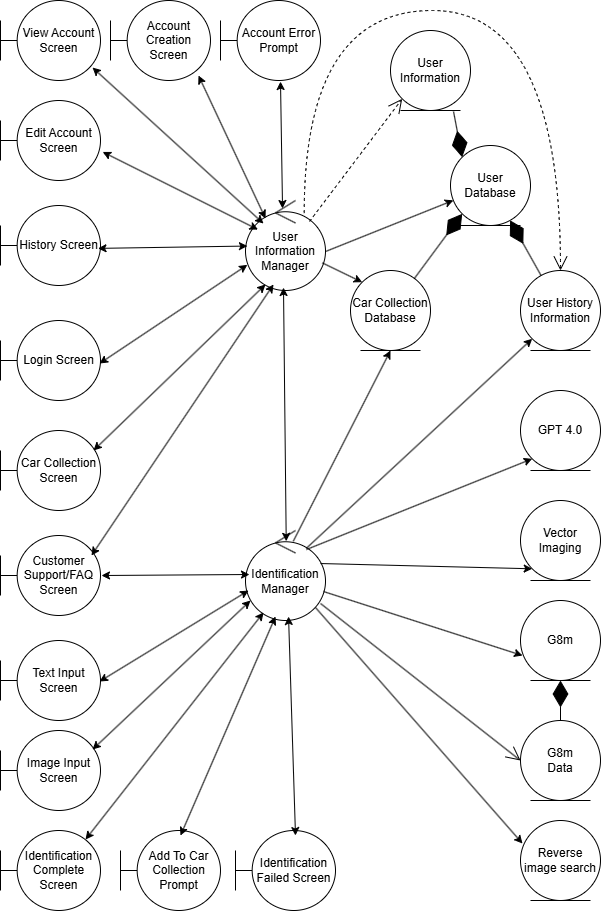
HashBukhtiar/RideRecon keeps this draw.io diagram as D2/images/AnalysisDiagram_compacted.png. Above is the earlier version. Source tidied: cells renumbered, new cells last; positions are measured from the earlier drawing's top-left corner, leaving out a move shared by most shapes. Its diagram source:
```xml
<mxGraphModel>
  <root>
    <mxCell id="0" />
    <mxCell id="1" parent="0" />
    <mxCell id="2" value="Login Screen" style="shape=umlBoundary;whiteSpace=wrap;html=1;" parent="1" vertex="1">
      <mxGeometry y="320" width="100" height="80" as="geometry" />
    </mxCell>
    <mxCell id="3" value="History Screen" style="shape=umlBoundary;whiteSpace=wrap;html=1;" parent="1" vertex="1">
      <mxGeometry y="205" width="100" height="80" as="geometry" />
    </mxCell>
    <mxCell id="4" value="Identification Manager" style="ellipse;shape=umlControl;whiteSpace=wrap;html=1;" parent="1" vertex="1">
      <mxGeometry x="245" y="530" width="80" height="90" as="geometry" />
    </mxCell>
    <mxCell id="5" value="G8m" style="ellipse;shape=umlEntity;whiteSpace=wrap;html=1;" parent="1" vertex="1">
      <mxGeometry x="520" y="600" width="80" height="80" as="geometry" />
    </mxCell>
    <mxCell id="6" value="Vector Imaging" style="ellipse;shape=umlEntity;whiteSpace=wrap;html=1;" parent="1" vertex="1">
      <mxGeometry x="520" y="500" width="80" height="80" as="geometry" />
    </mxCell>
    <mxCell id="7" value="GPT 4.0" style="ellipse;shape=umlEntity;whiteSpace=wrap;html=1;" parent="1" vertex="1">
      <mxGeometry x="520" y="390" width="80" height="80" as="geometry" />
    </mxCell>
    <mxCell id="8" value="Reverse image search" style="ellipse;shape=umlEntity;whiteSpace=wrap;html=1;" parent="1" vertex="1">
      <mxGeometry x="520" y="820" width="80" height="80" as="geometry" />
    </mxCell>
    <mxCell id="9" value="User Information Manager" style="ellipse;shape=umlControl;whiteSpace=wrap;html=1;" parent="1" vertex="1">
      <mxGeometry x="245" y="200" width="80" height="90" as="geometry" />
    </mxCell>
    <mxCell id="10" style="endArrow=classic;startArrow=classic;html=1;rounded=0;exitX=0.99;exitY=0.538;exitDx=0;exitDy=0;exitPerimeter=0;entryX=0.024;entryY=0.715;entryDx=0;entryDy=0;entryPerimeter=0;" parent="1" edge="1" source="2" target="9">
      <mxGeometry relative="1" as="geometry" />
    </mxCell>
    <mxCell id="11" style="endArrow=classic;startArrow=classic;html=1;rounded=0;exitX=0.975;exitY=0.536;exitDx=0;exitDy=0;exitPerimeter=0;entryX=0.024;entryY=0.506;entryDx=0;entryDy=0;entryPerimeter=0;" parent="1" edge="1" source="3" target="9">
      <mxGeometry relative="1" as="geometry" />
    </mxCell>
    <mxCell id="12" value="Car Collection Screen" style="shape=umlBoundary;whiteSpace=wrap;html=1;" parent="1" vertex="1">
      <mxGeometry y="430" width="100" height="80" as="geometry" />
    </mxCell>
    <mxCell id="13" style="endArrow=classic;startArrow=classic;html=1;rounded=0;exitX=0.93;exitY=0.25;exitDx=0;exitDy=0;exitPerimeter=0;entryX=0.25;entryY=0.933;entryDx=0;entryDy=0;entryPerimeter=0;" parent="1" edge="1" source="12" target="9">
      <mxGeometry relative="1" as="geometry" />
    </mxCell>
    <mxCell id="14" style="rounded=0;jettySize=auto;html=1;exitX=0;exitY=1;exitDx=0;exitDy=0;entryX=0.763;entryY=0.211;entryDx=0;entryDy=0;entryPerimeter=0;startArrow=classic;startFill=1;endArrow=none;" parent="1" edge="1" source="7" target="4">
      <mxGeometry relative="1" as="geometry" />
    </mxCell>
    <mxCell id="15" style="endArrow=classic;startArrow=none;html=1;rounded=0;exitX=0.938;exitY=0.367;exitDx=0;exitDy=0;exitPerimeter=0;entryX=0;entryY=1;entryDx=0;entryDy=0;startFill=0;endFill=1;" parent="1" edge="1" source="4" target="6">
      <mxGeometry relative="1" as="geometry" />
    </mxCell>
    <mxCell id="16" style="endArrow=none;startArrow=classic;html=1;rounded=0;exitX=0.025;exitY=0.688;exitDx=0;exitDy=0;exitPerimeter=0;entryX=0.975;entryY=0.678;entryDx=0;entryDy=0;entryPerimeter=0;startFill=1;" parent="1" edge="1" source="5" target="4">
      <mxGeometry relative="1" as="geometry" />
    </mxCell>
    <mxCell id="17" style="endArrow=none;startArrow=classic;html=1;rounded=0;exitX=0.025;exitY=0.288;exitDx=0;exitDy=0;exitPerimeter=0;entryX=0.875;entryY=0.856;entryDx=0;entryDy=0;entryPerimeter=0;startFill=1;" parent="1" edge="1" source="8" target="4">
      <mxGeometry relative="1" as="geometry" />
    </mxCell>
    <mxCell id="18" value="Text Input Screen" style="shape=umlBoundary;whiteSpace=wrap;html=1;" parent="1" vertex="1">
      <mxGeometry y="640" width="100" height="80" as="geometry" />
    </mxCell>
    <mxCell id="19" style="rounded=0;jettySize=auto;html=1;exitX=0.038;exitY=0.667;exitDx=0;exitDy=0;entryX=0.99;entryY=0.513;entryDx=0;entryDy=0;entryPerimeter=0;startArrow=classic;startFill=1;exitPerimeter=0;" parent="1" edge="1" source="4" target="18">
      <mxGeometry relative="1" as="geometry" />
    </mxCell>
    <mxCell id="20" style="rounded=0;jettySize=auto;html=1;entryX=0.475;entryY=0.967;entryDx=0;entryDy=0;entryPerimeter=0;startArrow=classic;startFill=1;exitX=0.509;exitY=0.12;exitDx=0;exitDy=0;exitPerimeter=0;" parent="1" edge="1" source="4" target="9">
      <mxGeometry relative="1" as="geometry" />
    </mxCell>
    <mxCell id="21" value="User History Information" style="ellipse;shape=umlEntity;whiteSpace=wrap;html=1;" parent="1" vertex="1">
      <mxGeometry x="520" y="270" width="80" height="80" as="geometry" />
    </mxCell>
    <mxCell id="22" value="User Database" style="ellipse;shape=umlEntity;whiteSpace=wrap;html=1;" parent="1" vertex="1">
      <mxGeometry x="450" y="145" width="80" height="80" as="geometry" />
    </mxCell>
    <mxCell id="23" style="rounded=0;jettySize=auto;html=1;startArrow=none;startFill=0;exitX=1;exitY=0.567;exitDx=0;exitDy=0;exitPerimeter=0;" parent="1" edge="1" source="9" target="22">
      <mxGeometry relative="1" as="geometry" />
    </mxCell>
    <mxCell id="24" style="endArrow=diamondThin;endFill=1;endSize=24;html=1;rounded=0;" parent="1" edge="1" source="21" target="22">
      <mxGeometry relative="1" as="geometry" />
    </mxCell>
    <mxCell id="25" value="Edit Account Screen" style="shape=umlBoundary;whiteSpace=wrap;html=1;" parent="1" vertex="1">
      <mxGeometry y="100" width="100" height="80" as="geometry" />
    </mxCell>
    <mxCell id="26" value="View Account Screen" style="shape=umlBoundary;whiteSpace=wrap;html=1;" parent="1" vertex="1">
      <mxGeometry width="100" height="80" as="geometry" />
    </mxCell>
    <mxCell id="27" value="Car Collection&lt;div&gt;Database&lt;/div&gt;" style="ellipse;shape=umlEntity;whiteSpace=wrap;html=1;" parent="1" vertex="1">
      <mxGeometry x="350" y="270" width="80" height="80" as="geometry" />
    </mxCell>
    <mxCell id="28" style="endArrow=classic;startArrow=classic;html=1;rounded=0;exitX=1.022;exitY=0.643;exitDx=0;exitDy=0;exitPerimeter=0;entryX=0.156;entryY=0.323;entryDx=0;entryDy=0;entryPerimeter=0;" parent="1" edge="1" source="25" target="9">
      <mxGeometry relative="1" as="geometry" />
    </mxCell>
    <mxCell id="29" style="endArrow=classic;startArrow=classic;html=1;rounded=0;exitX=0.92;exitY=0.838;exitDx=0;exitDy=0;exitPerimeter=0;entryX=0.225;entryY=0.256;entryDx=0;entryDy=0;entryPerimeter=0;" parent="1" edge="1" source="26" target="9">
      <mxGeometry relative="1" as="geometry" />
    </mxCell>
    <mxCell id="30" value="Add To Car Collection Prompt" style="shape=umlBoundary;whiteSpace=wrap;html=1;" parent="1" vertex="1">
      <mxGeometry x="120" y="830" width="100" height="80" as="geometry" />
    </mxCell>
    <mxCell id="31" style="rounded=0;jettySize=auto;html=1;exitX=0.375;exitY=0.956;exitDx=0;exitDy=0;entryX=0.6;entryY=0.063;entryDx=0;entryDy=0;entryPerimeter=0;startArrow=classic;startFill=1;exitPerimeter=0;" parent="1" edge="1" source="4" target="30">
      <mxGeometry relative="1" as="geometry" />
    </mxCell>
    <mxCell id="32" value="Image Input Screen" style="shape=umlBoundary;whiteSpace=wrap;html=1;" parent="1" vertex="1">
      <mxGeometry y="730" width="100" height="80" as="geometry" />
    </mxCell>
    <mxCell id="33" value="Identification Complete Screen" style="shape=umlBoundary;whiteSpace=wrap;html=1;" parent="1" vertex="1">
      <mxGeometry y="830" width="100" height="80" as="geometry" />
    </mxCell>
    <mxCell id="34" style="rounded=0;jettySize=auto;html=1;exitX=0.063;exitY=0.778;exitDx=0;exitDy=0;entryX=0.92;entryY=0.238;entryDx=0;entryDy=0;entryPerimeter=0;startArrow=classic;startFill=1;exitPerimeter=0;" parent="1" edge="1" source="4" target="32">
      <mxGeometry relative="1" as="geometry" />
    </mxCell>
    <mxCell id="35" style="rounded=0;jettySize=auto;html=1;exitX=0.225;exitY=0.911;exitDx=0;exitDy=0;entryX=0.85;entryY=0.113;entryDx=0;entryDy=0;entryPerimeter=0;startArrow=classic;startFill=1;exitPerimeter=0;" parent="1" edge="1" source="4" target="33">
      <mxGeometry relative="1" as="geometry" />
    </mxCell>
    <mxCell id="36" style="endArrow=diamondThin;endFill=1;endSize=24;html=1;rounded=0;entryX=0;entryY=1;entryDx=0;entryDy=0;" parent="1" edge="1" source="27" target="22">
      <mxGeometry relative="1" as="geometry" />
    </mxCell>
    <mxCell id="37" value="G8m&lt;br&gt;Data" style="ellipse;shape=umlEntity;whiteSpace=wrap;html=1;" parent="1" vertex="1">
      <mxGeometry x="520" y="720" width="80" height="80" as="geometry" />
    </mxCell>
    <mxCell id="38" style="endArrow=diamondThin;endFill=1;endSize=24;html=1;rounded=0;entryX=0.5;entryY=1;entryDx=0;entryDy=0;exitX=0.5;exitY=0;exitDx=0;exitDy=0;" parent="1" edge="1" source="37" target="5">
      <mxGeometry relative="1" as="geometry" />
    </mxCell>
    <mxCell id="39" style="endArrow=open;endSize=12;html=1;rounded=0;entryX=0;entryY=0.5;entryDx=0;entryDy=0;exitX=0.938;exitY=0.811;exitDx=0;exitDy=0;exitPerimeter=0;" parent="1" edge="1" source="4" target="37">
      <mxGeometry relative="1" as="geometry" />
    </mxCell>
    <mxCell id="40" value="Account Creation Screen" style="shape=umlBoundary;whiteSpace=wrap;html=1;" parent="1" vertex="1">
      <mxGeometry x="110" width="100" height="80" as="geometry" />
    </mxCell>
    <mxCell id="41" style="endArrow=classic;startArrow=classic;html=1;rounded=0;exitX=0.88;exitY=0.938;exitDx=0;exitDy=0;exitPerimeter=0;entryX=0.25;entryY=0.2;entryDx=0;entryDy=0;entryPerimeter=0;" parent="1" edge="1" source="40" target="9">
      <mxGeometry relative="1" as="geometry" />
    </mxCell>
    <mxCell id="42" value="User Information" style="ellipse;shape=umlEntity;whiteSpace=wrap;html=1;" parent="1" vertex="1">
      <mxGeometry x="390" y="30" width="80" height="80" as="geometry" />
    </mxCell>
    <mxCell id="43" style="endArrow=diamondThin;endFill=1;endSize=24;html=1;rounded=0;entryX=0;entryY=0;entryDx=0;entryDy=0;exitX=0.788;exitY=1.013;exitDx=0;exitDy=0;exitPerimeter=0;" parent="1" edge="1" source="42" target="22">
      <mxGeometry relative="1" as="geometry" />
    </mxCell>
    <mxCell id="44" style="endArrow=open;endSize=12;dashed=1;html=1;rounded=0;entryX=0;entryY=1;entryDx=0;entryDy=0;exitX=0.8;exitY=0.233;exitDx=0;exitDy=0;exitPerimeter=0;" parent="1" edge="1" source="9" target="42">
      <mxGeometry relative="1" as="geometry" />
    </mxCell>
    <mxCell id="45" style="endArrow=classic;startArrow=classic;html=1;rounded=0;exitX=0.6;exitY=1.013;exitDx=0;exitDy=0;exitPerimeter=0;entryX=0.463;entryY=0.089;entryDx=0;entryDy=0;entryPerimeter=0;" parent="1" edge="1" source="51" target="9">
      <mxGeometry relative="1" as="geometry" />
    </mxCell>
    <mxCell id="46" value="Customer Support/FAQ Screen" style="shape=umlBoundary;whiteSpace=wrap;html=1;" parent="1" vertex="1">
      <mxGeometry y="535" width="100" height="80" as="geometry" />
    </mxCell>
    <mxCell id="47" style="endArrow=classic;startArrow=classic;html=1;rounded=0;exitX=1.01;exitY=0.5;exitDx=0;exitDy=0;exitPerimeter=0;entryX=0.05;entryY=0.489;entryDx=0;entryDy=0;entryPerimeter=0;" parent="1" edge="1" source="46" target="4">
      <mxGeometry relative="1" as="geometry" />
    </mxCell>
    <mxCell id="48" style="endArrow=classic;startArrow=classic;html=1;rounded=0;exitX=0.91;exitY=0.25;exitDx=0;exitDy=0;exitPerimeter=0;entryX=0.35;entryY=0.933;entryDx=0;entryDy=0;entryPerimeter=0;" parent="1" edge="1" source="46" target="9">
      <mxGeometry relative="1" as="geometry" />
    </mxCell>
    <mxCell id="49" value="Identification Failed Screen" style="shape=umlBoundary;whiteSpace=wrap;html=1;" parent="1" vertex="1">
      <mxGeometry x="235" y="830" width="100" height="80" as="geometry" />
    </mxCell>
    <mxCell id="50" style="rounded=0;jettySize=auto;html=1;exitX=0.538;exitY=0.956;exitDx=0;exitDy=0;entryX=0.6;entryY=0.063;entryDx=0;entryDy=0;entryPerimeter=0;startArrow=classic;startFill=1;exitPerimeter=0;" parent="1" edge="1" source="4" target="49">
      <mxGeometry relative="1" as="geometry" />
    </mxCell>
    <mxCell id="51" value="Account Error Prompt" style="shape=umlBoundary;whiteSpace=wrap;html=1;" parent="1" vertex="1">
      <mxGeometry x="220" width="100" height="80" as="geometry" />
    </mxCell>
    <mxCell id="52" style="endArrow=open;endSize=12;dashed=1;html=1;rounded=0;entryX=0.5;entryY=0;entryDx=0;entryDy=0;exitX=0.734;exitY=0.14;exitDx=0;exitDy=0;exitPerimeter=0;edgeStyle=orthogonalEdgeStyle;curved=1;" parent="1" edge="1" source="9" target="21">
      <mxGeometry relative="1" as="geometry">
        <Array as="points">
          <mxPoint x="304" y="10" />
          <mxPoint x="560" y="10" />
        </Array>
      </mxGeometry>
    </mxCell>
    <mxCell id="53" style="rounded=0;jettySize=auto;html=1;exitX=0;exitY=0;exitDx=0;exitDy=0;startArrow=classic;startFill=1;endArrow=none;" parent="1" edge="1" source="27" target="9">
      <mxGeometry relative="1" as="geometry" />
    </mxCell>
    <mxCell id="54" style="rounded=0;jettySize=auto;html=1;exitX=0.5;exitY=1;exitDx=0;exitDy=0;entryX=0.597;entryY=0.12;entryDx=0;entryDy=0;entryPerimeter=0;startArrow=classic;startFill=1;endArrow=none;" parent="1" edge="1" source="27" target="4">
      <mxGeometry relative="1" as="geometry" />
    </mxCell>
    <mxCell id="55" style="rounded=0;jettySize=auto;html=1;exitX=0;exitY=1;exitDx=0;exitDy=0;entryX=0.759;entryY=0.199;entryDx=0;entryDy=0;entryPerimeter=0;startArrow=classic;startFill=1;endArrow=none;" parent="1" edge="1" source="21" target="4">
      <mxGeometry relative="1" as="geometry" />
    </mxCell>
  </root>
</mxGraphModel>
```
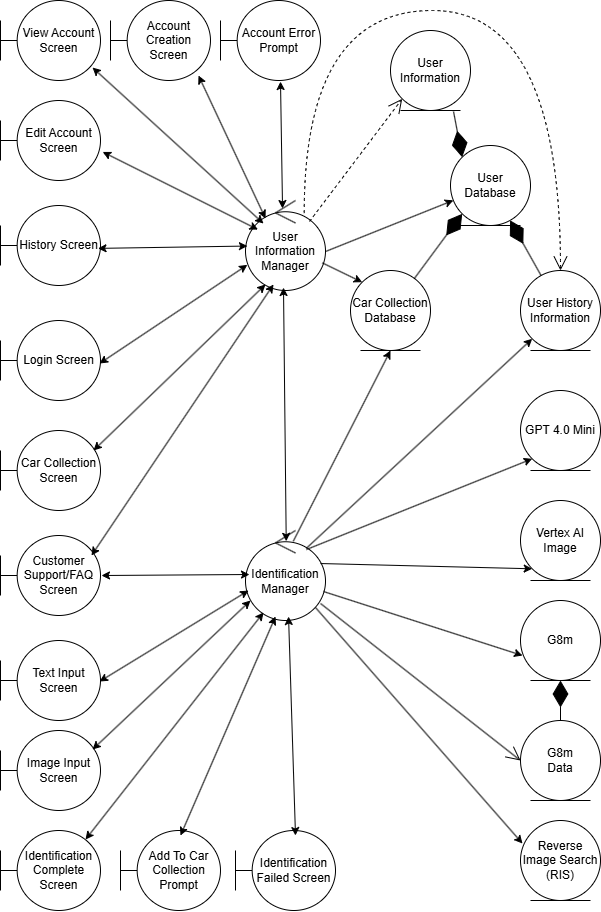
The same diagram one commit later.

Commit message:
Updated analysis class diagram

The edit, as a diff of the source:
```diff
@@ -14,13 +14,13 @@
     <mxCell id="5" value="G8m" style="ellipse;shape=umlEntity;whiteSpace=wrap;html=1;" parent="1" vertex="1">
       <mxGeometry x="520" y="600" width="80" height="80" as="geometry" />
     </mxCell>
-    <mxCell id="6" value="Vector Imaging" style="ellipse;shape=umlEntity;whiteSpace=wrap;html=1;" parent="1" vertex="1">
+    <mxCell id="6" value="Vertex AI Image" style="ellipse;shape=umlEntity;whiteSpace=wrap;html=1;" parent="1" vertex="1">
       <mxGeometry x="520" y="500" width="80" height="80" as="geometry" />
     </mxCell>
-    <mxCell id="7" value="GPT 4.0" style="ellipse;shape=umlEntity;whiteSpace=wrap;html=1;" parent="1" vertex="1">
+    <mxCell id="7" value="GPT 4.0 Mini" style="ellipse;shape=umlEntity;whiteSpace=wrap;html=1;" parent="1" vertex="1">
       <mxGeometry x="520" y="390" width="80" height="80" as="geometry" />
     </mxCell>
-    <mxCell id="8" value="Reverse image search" style="ellipse;shape=umlEntity;whiteSpace=wrap;html=1;" parent="1" vertex="1">
+    <mxCell id="8" value="Reverse Image Search (RIS)" style="ellipse;shape=umlEntity;whiteSpace=wrap;html=1;" parent="1" vertex="1">
       <mxGeometry x="520" y="820" width="80" height="80" as="geometry" />
     </mxCell>
     <mxCell id="9" value="User Information Manager" style="ellipse;shape=umlControl;whiteSpace=wrap;html=1;" parent="1" vertex="1">
```
